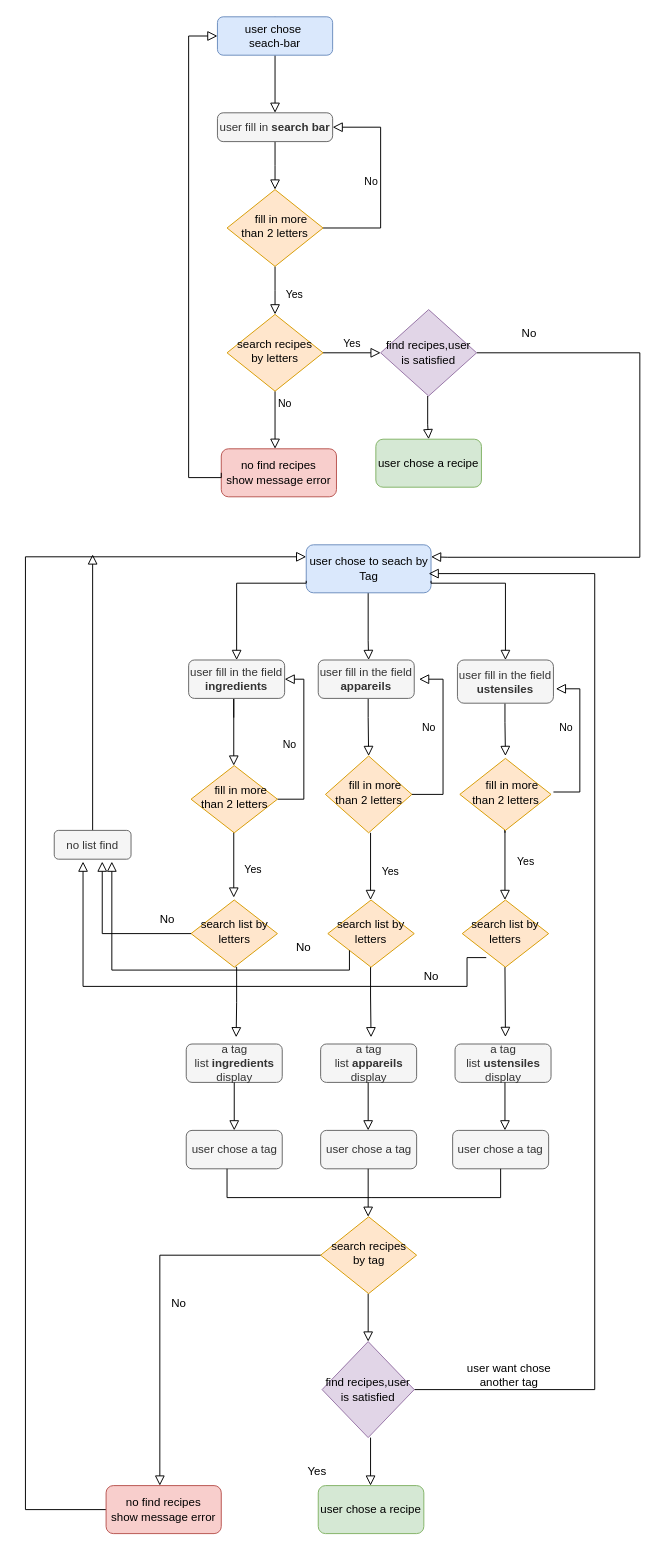
This is Diagramme sans nom.drawio from YU-KENT/les-petits-plats, a draw.io file, before an edit. Source tidied: cells renumbered, new cells numbered last; positions are measured from the earlier drawing's top-left corner, leaving out a move shared by most shapes. Both pictures are drawn from the tidied source at 96%, with x=0, y=0 at pixel (25, 16).
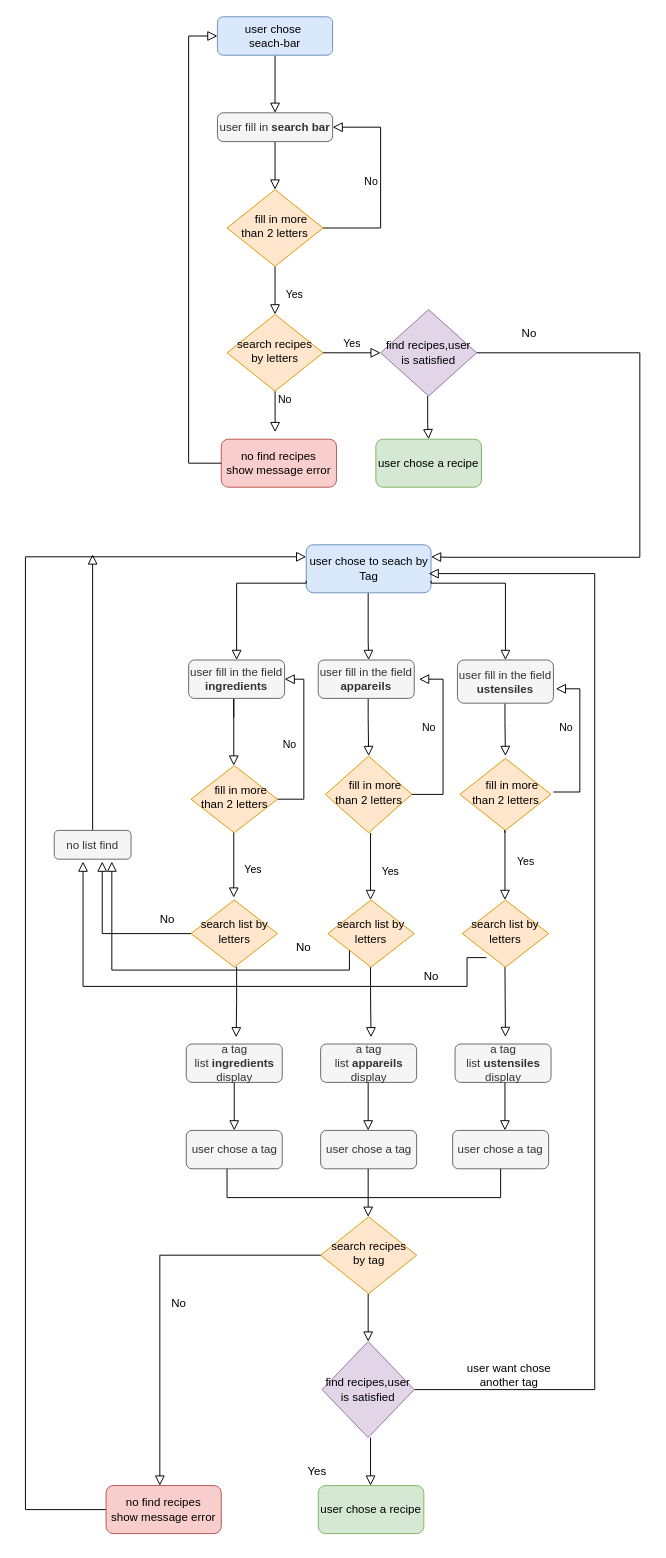
After the change.

Commit message:
Mettre à jour Diagramme sans nom.drawio

Unchanged cells that the change refers to:
```xml
<mxCell id="12" value="search recipes by letters" style="rhombus;whiteSpace=wrap;html=1;shadow=0;fontFamily=Helvetica;fontSize=12;align=center;strokeWidth=1;spacing=6;spacingTop=-4;fillColor=#ffe6cc;strokeColor=#d79b00;" parent="1" vertex="1">
  <mxGeometry x="210" y="310" width="100" height="80" as="geometry" />
</mxCell>
<mxCell id="16" value="user chose&amp;nbsp;&lt;br&gt;seach-bar" style="rounded=1;whiteSpace=wrap;html=1;fontSize=12;glass=0;strokeWidth=1;shadow=0;fillColor=#dae8fc;strokeColor=#6c8ebf;" parent="1" vertex="1">
  <mxGeometry x="200" width="120" height="40" as="geometry" />
</mxCell>
```

Change to the diagram source:
```diff
@@
-    <mxCell id="10" value="No" style="rounded=0;html=1;jettySize=auto;fontSize=11;endArrow=block;endFill=0;endSize=8;strokeWidth=1;shadow=0;labelBackgroundColor=none;edgeStyle=orthogonalEdgeStyle;" parent="1" edge="1" source="12">
-      <mxGeometry x="-0.56" y="10" relative="1" as="geometry">
-        <mxPoint x="260" y="450" as="targetPoint" />
-      </mxGeometry>
+    <mxCell id="10" value="No" style="rounded=0;html=1;jettySize=auto;fontSize=11;endArrow=block;endFill=0;endSize=8;strokeWidth=1;shadow=0;labelBackgroundColor=none;edgeStyle=orthogonalEdgeStyle;entryX=0.467;entryY=-0.147;entryDx=0;entryDy=0;entryPerimeter=0;" parent="1" edge="1" source="12" target="13">
+      <mxGeometry x="-0.56" y="10" relative="1" as="geometry" />
     </mxCell>
@@
     <mxCell id="13" value="no find recipes&lt;br&gt;show message error" style="rounded=1;whiteSpace=wrap;html=1;fontSize=12;glass=0;strokeWidth=1;shadow=0;fillColor=#f8cecc;strokeColor=#b85450;" parent="1" vertex="1">
-      <mxGeometry x="204" y="450" width="120" height="50" as="geometry" />
+      <mxGeometry x="204" y="440" width="120" height="50" as="geometry" />
     </mxCell>
@@
     <mxCell id="18" style="rounded=0;html=1;jettySize=auto;fontSize=11;endArrow=block;endFill=0;endSize=8;strokeWidth=1;shadow=0;labelBackgroundColor=none;edgeStyle=orthogonalEdgeStyle;startArrow=none;entryX=0;entryY=0.5;entryDx=0;entryDy=0;exitX=0;exitY=0.5;exitDx=0;exitDy=0;" parent="1" edge="1" source="13" target="16">
       <mxGeometry relative="1" as="geometry">
         <Array as="points">
-          <mxPoint x="204" y="480" />
-          <mxPoint x="170" y="480" />
+          <mxPoint x="170" y="465" />
           <mxPoint x="170" y="20" />
         </Array>
       </mxGeometry>
     </mxCell>
```
